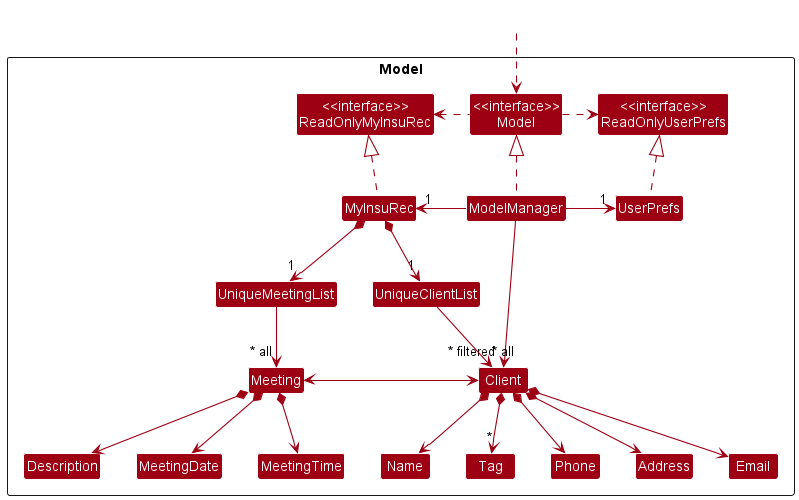
This is docs/images/ModelClassDiagram.png from nus-cs2103-AY2223S1/tp, a PlantUML export, as it was before one commit.
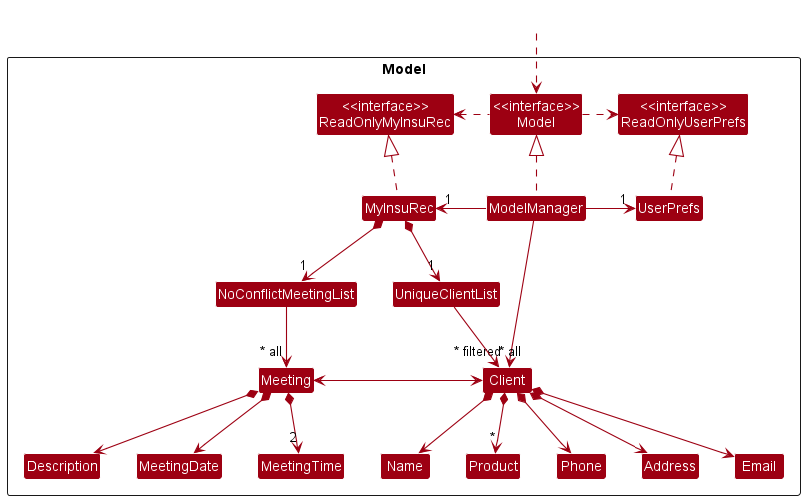
Later version of the same file.

Change to the diagram source:
```diff
@@ -18,9 +18,9 @@
 Class Email
 Class Name
 Class Phone
-Class Tag
+Class Product
 
-Class UniqueMeetingList
+Class NoConflictMeetingList
 Class Meeting
 Class Description
 Class MeetingDate
@@ -47,13 +47,13 @@
 Client *--> Phone
 Client *--> Email
 Client *--> Address
-Client *--> "*" Tag
+Client *--> "*" Product
 
-MyInsuRec *--> "1" UniqueMeetingList
-UniqueMeetingList --> "~* all" Meeting
+MyInsuRec *--> "1" NoConflictMeetingList
+NoConflictMeetingList --> "~* all" Meeting
 Meeting *--> Description
 Meeting *--> MeetingDate
-Meeting *--> MeetingTime
+Meeting *--> "2" MeetingTime
 Meeting <-> Client
 
 Name -[hidden]right-> Phone
```
